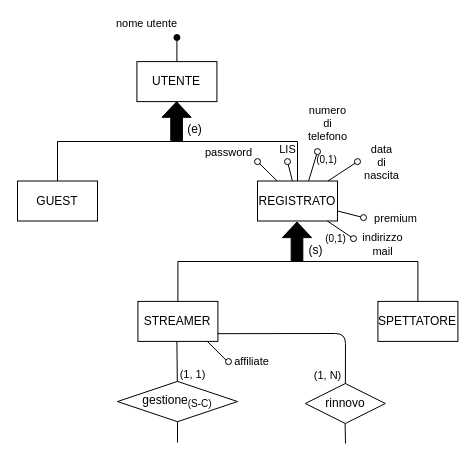
The draw.io diagram Progetto Esame - DBSperimentazioni A.A. 2023-2024/Diagrammi/generalizzazioni/2.3.2.1_gen_1a_cor.drawio in Mattron2000/Basi_di_dati, before the edit. Source tidied: cells renumbered, new cells numbered last; positions are measured from the earlier drawing's top-left corner, leaving out a move shared by most shapes. Both pictures are drawn from the tidied source at 100%, with x=0, y=0 at pixel (17, 37).
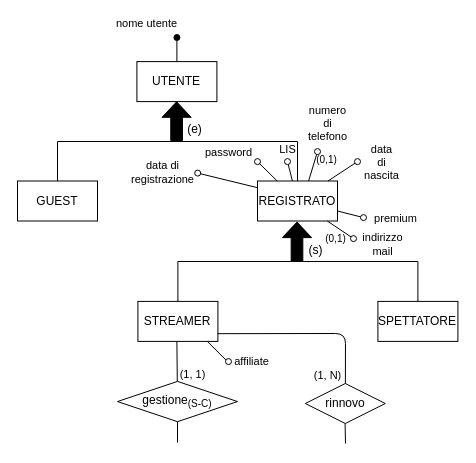
After the change.

Diff of the diagram source:
```diff
@@
+    <mxCell id="42" style="endArrow=oval;html=1;fillStyle=auto;strokeWidth=1;startSize=6;endSize=6;fillColor=#000000;startArrow=none;startFill=0;endFill=0;exitX=-0.003;exitY=0.13;exitDx=0;exitDy=0;exitPerimeter=0;fontSize=11;" parent="1" edge="1">
+      <mxGeometry relative="1" as="geometry">
+        <mxPoint x="240" y="150.2" as="sourcePoint" />
+        <mxPoint x="180.2" y="135.6" as="targetPoint" />
+      </mxGeometry>
+    </mxCell>
+    <mxCell id="43" value="data di&lt;br&gt;registrazione" style="text;html=1;align=center;verticalAlign=middle;strokeColor=none;fillColor=none;fontSize=11;" parent="1" vertex="1">
+      <mxGeometry x="100" y="115" width="90" height="40" as="geometry" />
+    </mxCell>
```
